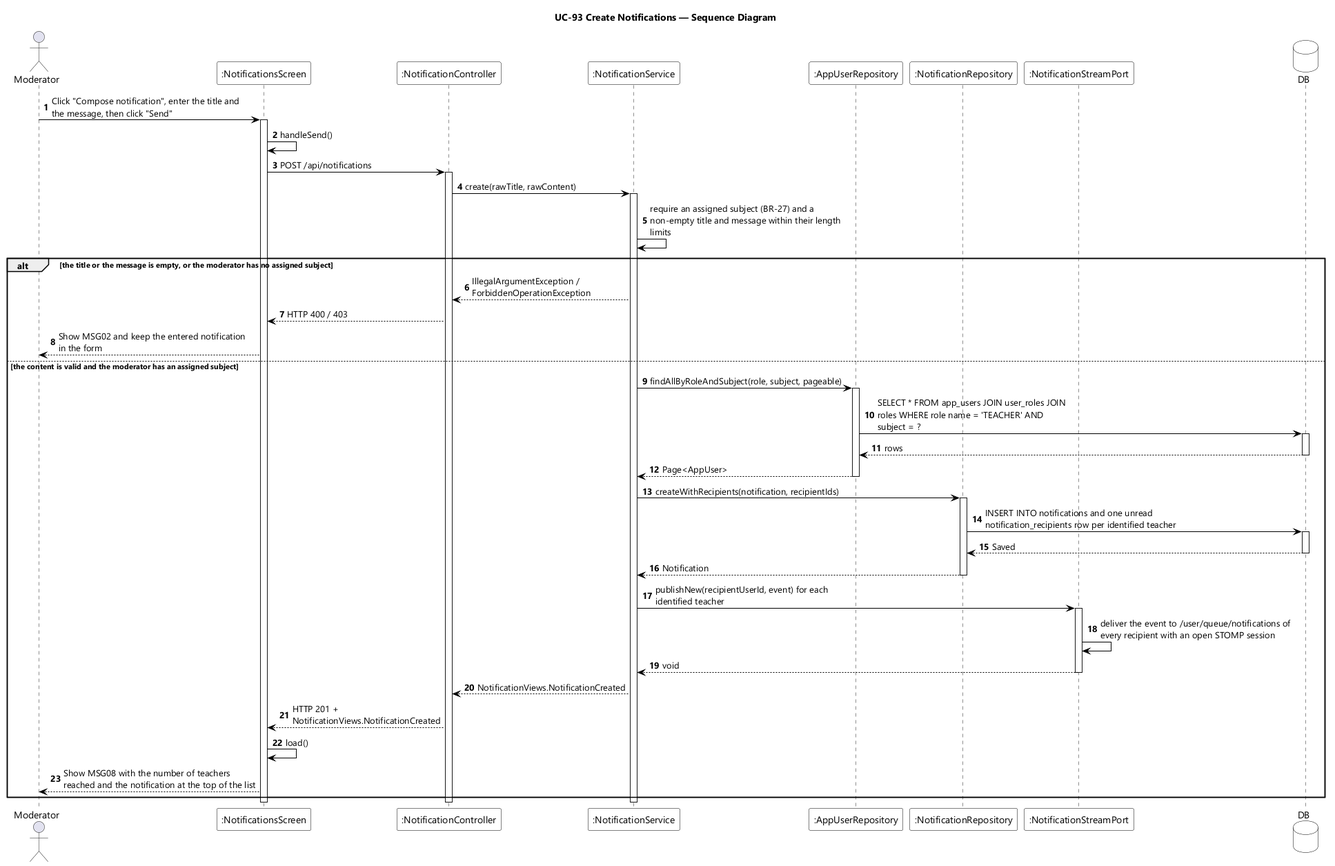
EduA-system/EduA-system keeps this PlantUML diagram as designs/sds-diagrams/uc93/uc93-sequence-diagram.png. Above is the earlier version. Its diagram source:
```plantuml
@startuml UC-93 Create Notifications - Sequence Diagram
skinparamlocked dpi 96
skinparam defaultFontName "Segoe UI"
skinparam shadowing false
skinparam ParticipantBackgroundColor #FFFFFF
skinparam ParticipantBorderColor #000000
skinparam DatabaseBackgroundColor #FFFFFF
skinparam DatabaseBorderColor #000000
skinparam ArrowColor #000000
skinparam sequenceMessageAlign left
skinparam maxMessageSize 280
title UC-93 Create Notifications — Sequence Diagram

actor Moderator
participant ":NotificationsScreen" as UI
participant ":NotificationController" as CTL
participant ":NotificationService" as SVC
participant ":AppUserRepository" as USERS
participant ":NotificationRepository" as NOTIFS
participant ":NotificationStreamPort" as STREAM
database DB

autonumber
Moderator -> UI : Click "Compose notification", enter the title and the message, then click "Send"
activate UI
UI -> UI : handleSend()
UI -> CTL : POST /api/notifications
activate CTL
CTL -> SVC : create(rawTitle, rawContent)
activate SVC
SVC -> SVC : require an assigned subject (BR-27) and a non-empty title and message within their length limits

alt the title or the message is empty, or the moderator has no assigned subject
  SVC --> CTL : IllegalArgumentException / ForbiddenOperationException
  CTL --> UI : HTTP 400 / 403
  UI --> Moderator : Show MSG02 and keep the entered notification in the form

else the content is valid and the moderator has an assigned subject
  SVC -> USERS : findAllByRoleAndSubject(role, subject, pageable)
  activate USERS
  USERS -> DB : SELECT * FROM app_users JOIN user_roles JOIN roles WHERE role name = 'TEACHER' AND subject = ?
  activate DB
  DB --> USERS : rows
  deactivate DB
  USERS --> SVC : Page<AppUser>
  deactivate USERS

  SVC -> NOTIFS : createWithRecipients(notification, recipientIds)
  activate NOTIFS
  NOTIFS -> DB : INSERT INTO notifications and one unread notification_recipients row per identified teacher
  activate DB
  DB --> NOTIFS : Saved
  deactivate DB
  NOTIFS --> SVC : Notification
  deactivate NOTIFS

  SVC -> STREAM : publishNew(recipientUserId, event) for each identified teacher
  activate STREAM
  STREAM -> STREAM : deliver the event to /user/queue/notifications of every recipient with an open STOMP session
  STREAM --> SVC : void
  deactivate STREAM

  SVC --> CTL : NotificationViews.NotificationCreated
  CTL --> UI : HTTP 201 + NotificationViews.NotificationCreated
  UI -> UI : load()
  UI --> Moderator : Show MSG08 with the number of teachers reached and the notification at the top of the list
end
deactivate SVC
deactivate CTL
deactivate UI
@enduml
```
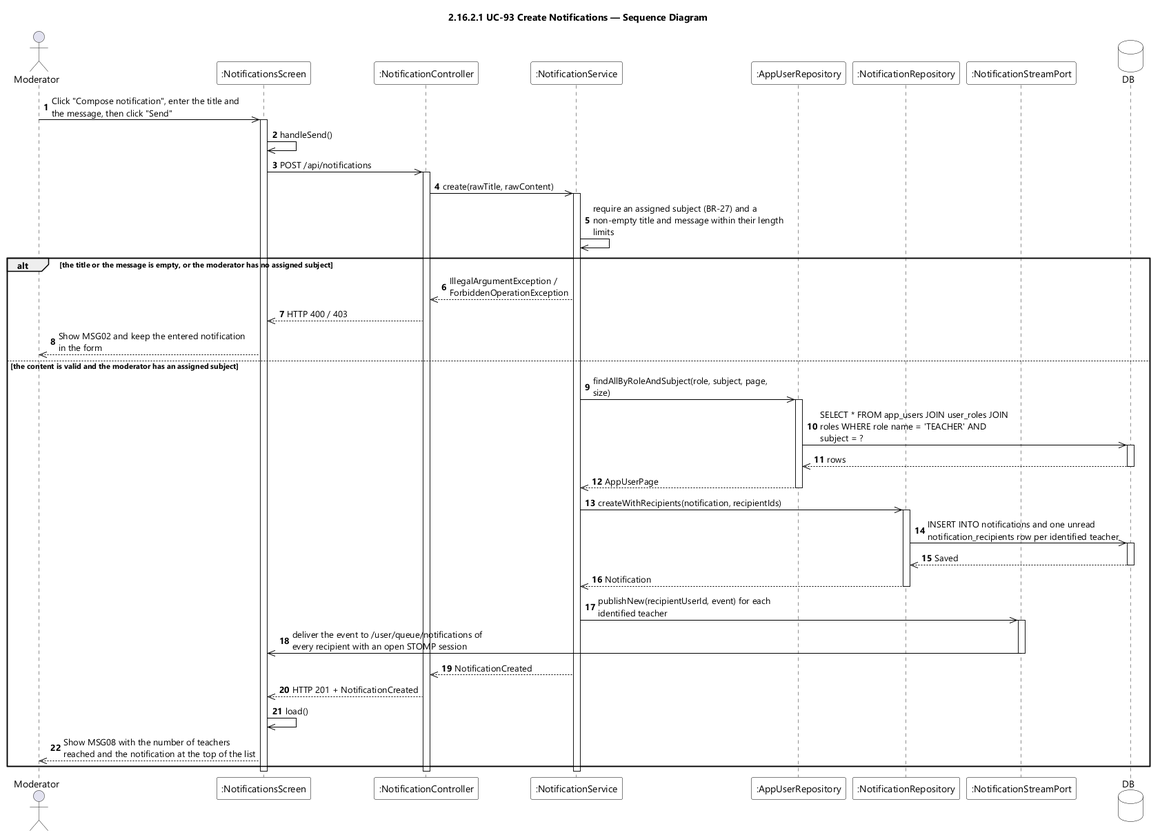
The same diagram one commit later.

Diff of the diagram source:
```diff
@@ -9,7 +9,7 @@
 skinparam ArrowColor #000000
 skinparam sequenceMessageAlign left
 skinparam maxMessageSize 280
-title UC-93 Create Notifications — Sequence Diagram
+title 2.16.2.1 UC-93 Create Notifications — Sequence Diagram
 
 actor Moderator
 participant ":NotificationsScreen" as UI
@@ -21,49 +21,48 @@
 database DB
 
 autonumber
-Moderator -> UI : Click "Compose notification", enter the title and the message, then click "Send"
+Moderator ->> UI : Click "Compose notification", enter the title and the message, then click "Send"
 activate UI
-UI -> UI : handleSend()
-UI -> CTL : POST /api/notifications
+UI ->> UI : handleSend()
+UI ->> CTL : POST /api/notifications
 activate CTL
-CTL -> SVC : create(rawTitle, rawContent)
+CTL ->> SVC : create(rawTitle, rawContent)
 activate SVC
-SVC -> SVC : require an assigned subject (BR-27) and a non-empty title and message within their length limits
+SVC ->> SVC : require an assigned subject (BR-27) and a non-empty title and message within their length limits
 
 alt the title or the message is empty, or the moderator has no assigned subject
-  SVC --> CTL : IllegalArgumentException / ForbiddenOperationException
-  CTL --> UI : HTTP 400 / 403
-  UI --> Moderator : Show MSG02 and keep the entered notification in the form
+  SVC -->> CTL : IllegalArgumentException / ForbiddenOperationException
+  CTL -->> UI : HTTP 400 / 403
+  UI -->> Moderator : Show MSG02 and keep the entered notification in the form
 
 else the content is valid and the moderator has an assigned subject
-  SVC -> USERS : findAllByRoleAndSubject(role, subject, pageable)
+  SVC ->> USERS : findAllByRoleAndSubject(role, subject, page, size)
   activate USERS
-  USERS -> DB : SELECT * FROM app_users JOIN user_roles JOIN roles WHERE role name = 'TEACHER' AND subject = ?
+  USERS ->> DB : SELECT * FROM app_users JOIN user_roles JOIN roles WHERE role name = 'TEACHER' AND subject = ?
   activate DB
-  DB --> USERS : rows
+  DB -->> USERS : rows
   deactivate DB
-  USERS --> SVC : Page<AppUser>
+  USERS -->> SVC : AppUserPage
   deactivate USERS
 
-  SVC -> NOTIFS : createWithRecipients(notification, recipientIds)
+  SVC ->> NOTIFS : createWithRecipients(notification, recipientIds)
   activate NOTIFS
-  NOTIFS -> DB : INSERT INTO notifications and one unread notification_recipients row per identified teacher
+  NOTIFS ->> DB : INSERT INTO notifications and one unread notification_recipients row per identified teacher
   activate DB
-  DB --> NOTIFS : Saved
+  DB -->> NOTIFS : Saved
   deactivate DB
-  NOTIFS --> SVC : Notification
+  NOTIFS -->> SVC : Notification
   deactivate NOTIFS
 
-  SVC -> STREAM : publishNew(recipientUserId, event) for each identified teacher
+  SVC ->> STREAM : publishNew(recipientUserId, event) for each identified teacher
   activate STREAM
-  STREAM -> STREAM : deliver the event to /user/queue/notifications of every recipient with an open STOMP session
-  STREAM --> SVC : void
+  STREAM ->> UI : deliver the event to /user/queue/notifications of every recipient with an open STOMP session
   deactivate STREAM
 
-  SVC --> CTL : NotificationViews.NotificationCreated
-  CTL --> UI : HTTP 201 + NotificationViews.NotificationCreated
-  UI -> UI : load()
-  UI --> Moderator : Show MSG08 with the number of teachers reached and the notification at the top of the list
+  SVC -->> CTL : NotificationCreated
+  CTL -->> UI : HTTP 201 + NotificationCreated
+  UI ->> UI : load()
+  UI -->> Moderator : Show MSG08 with the number of teachers reached and the notification at the top of the list
 end
 deactivate SVC
 deactivate CTL
```
